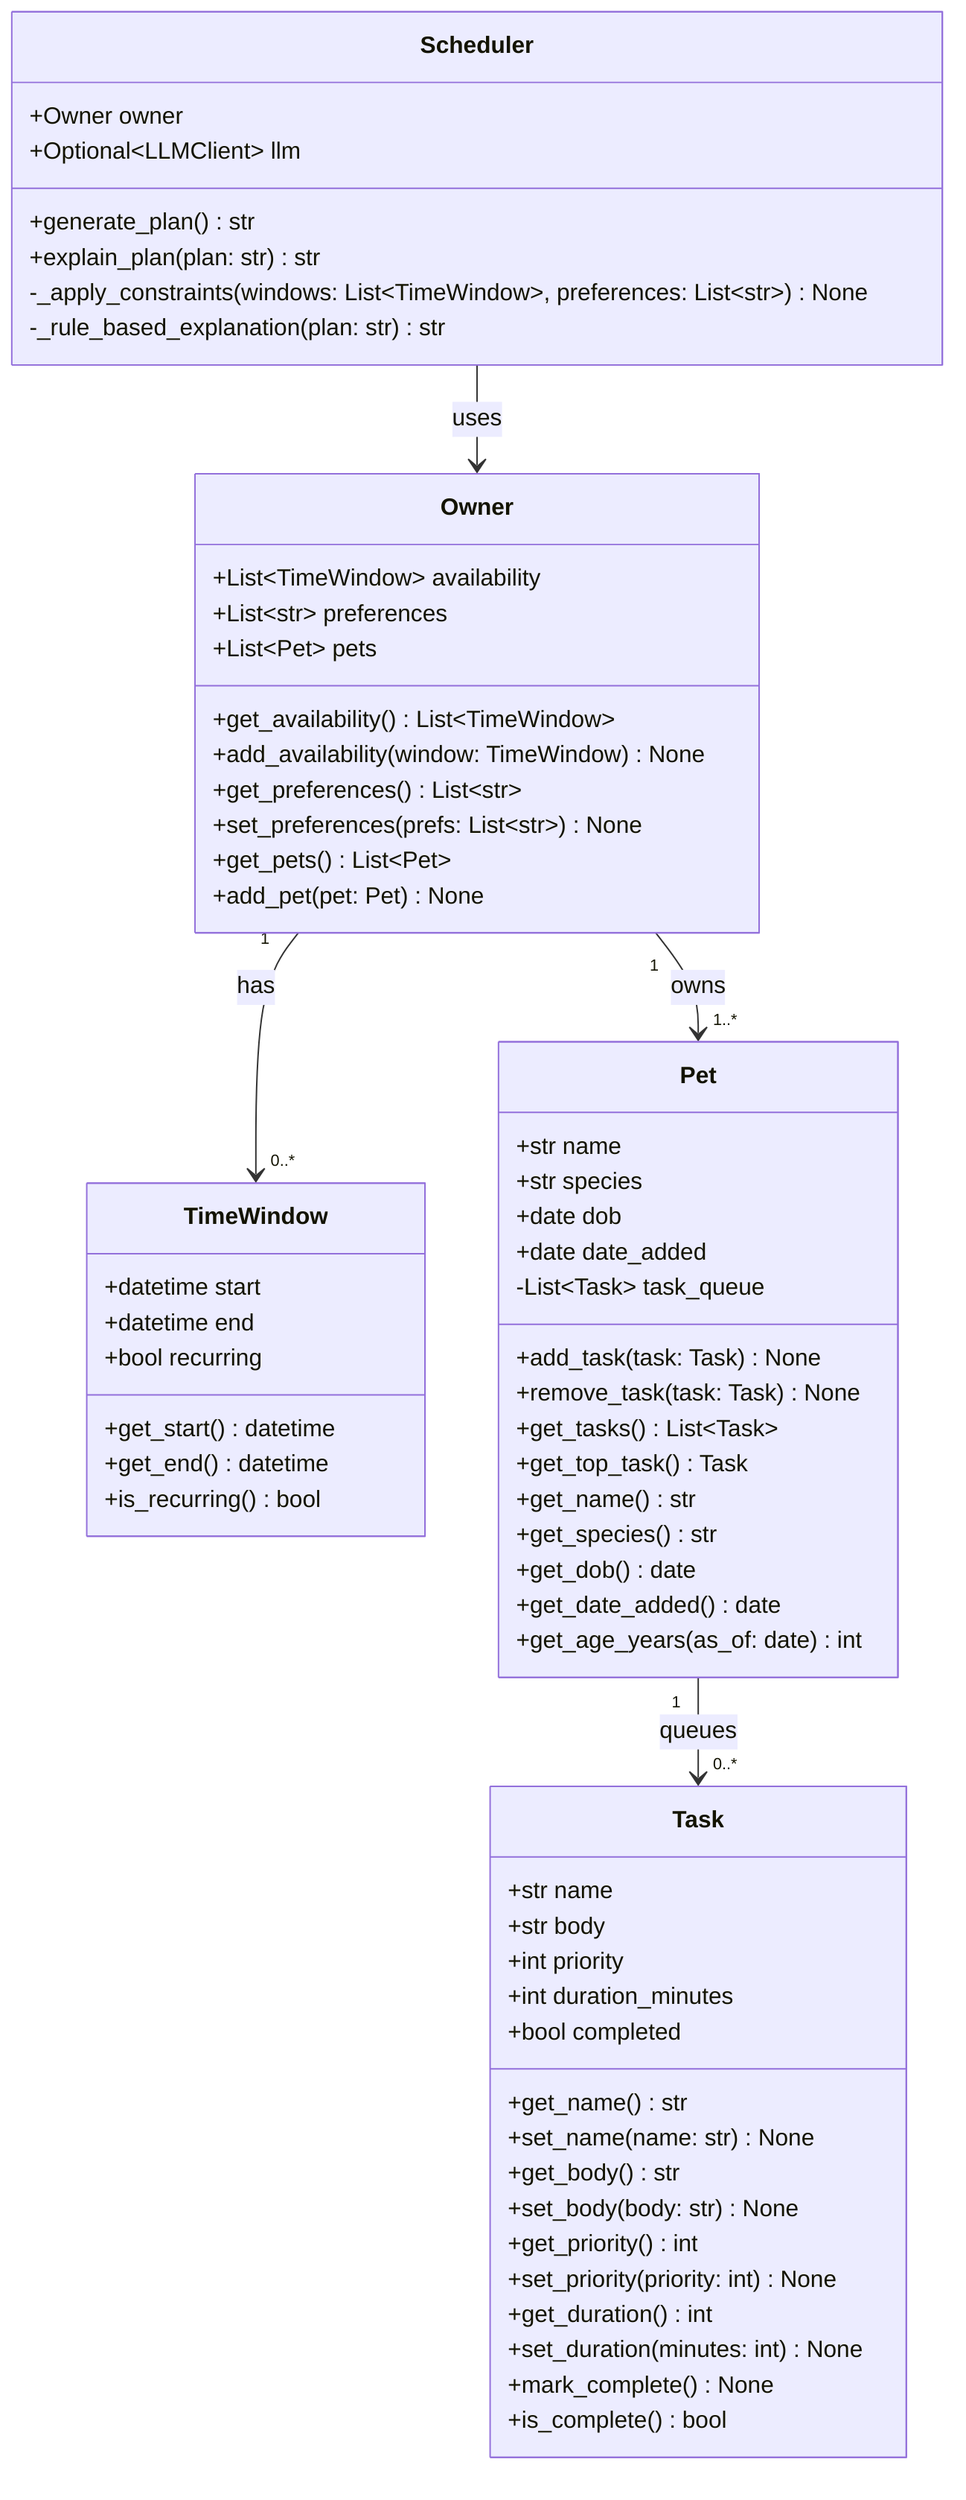
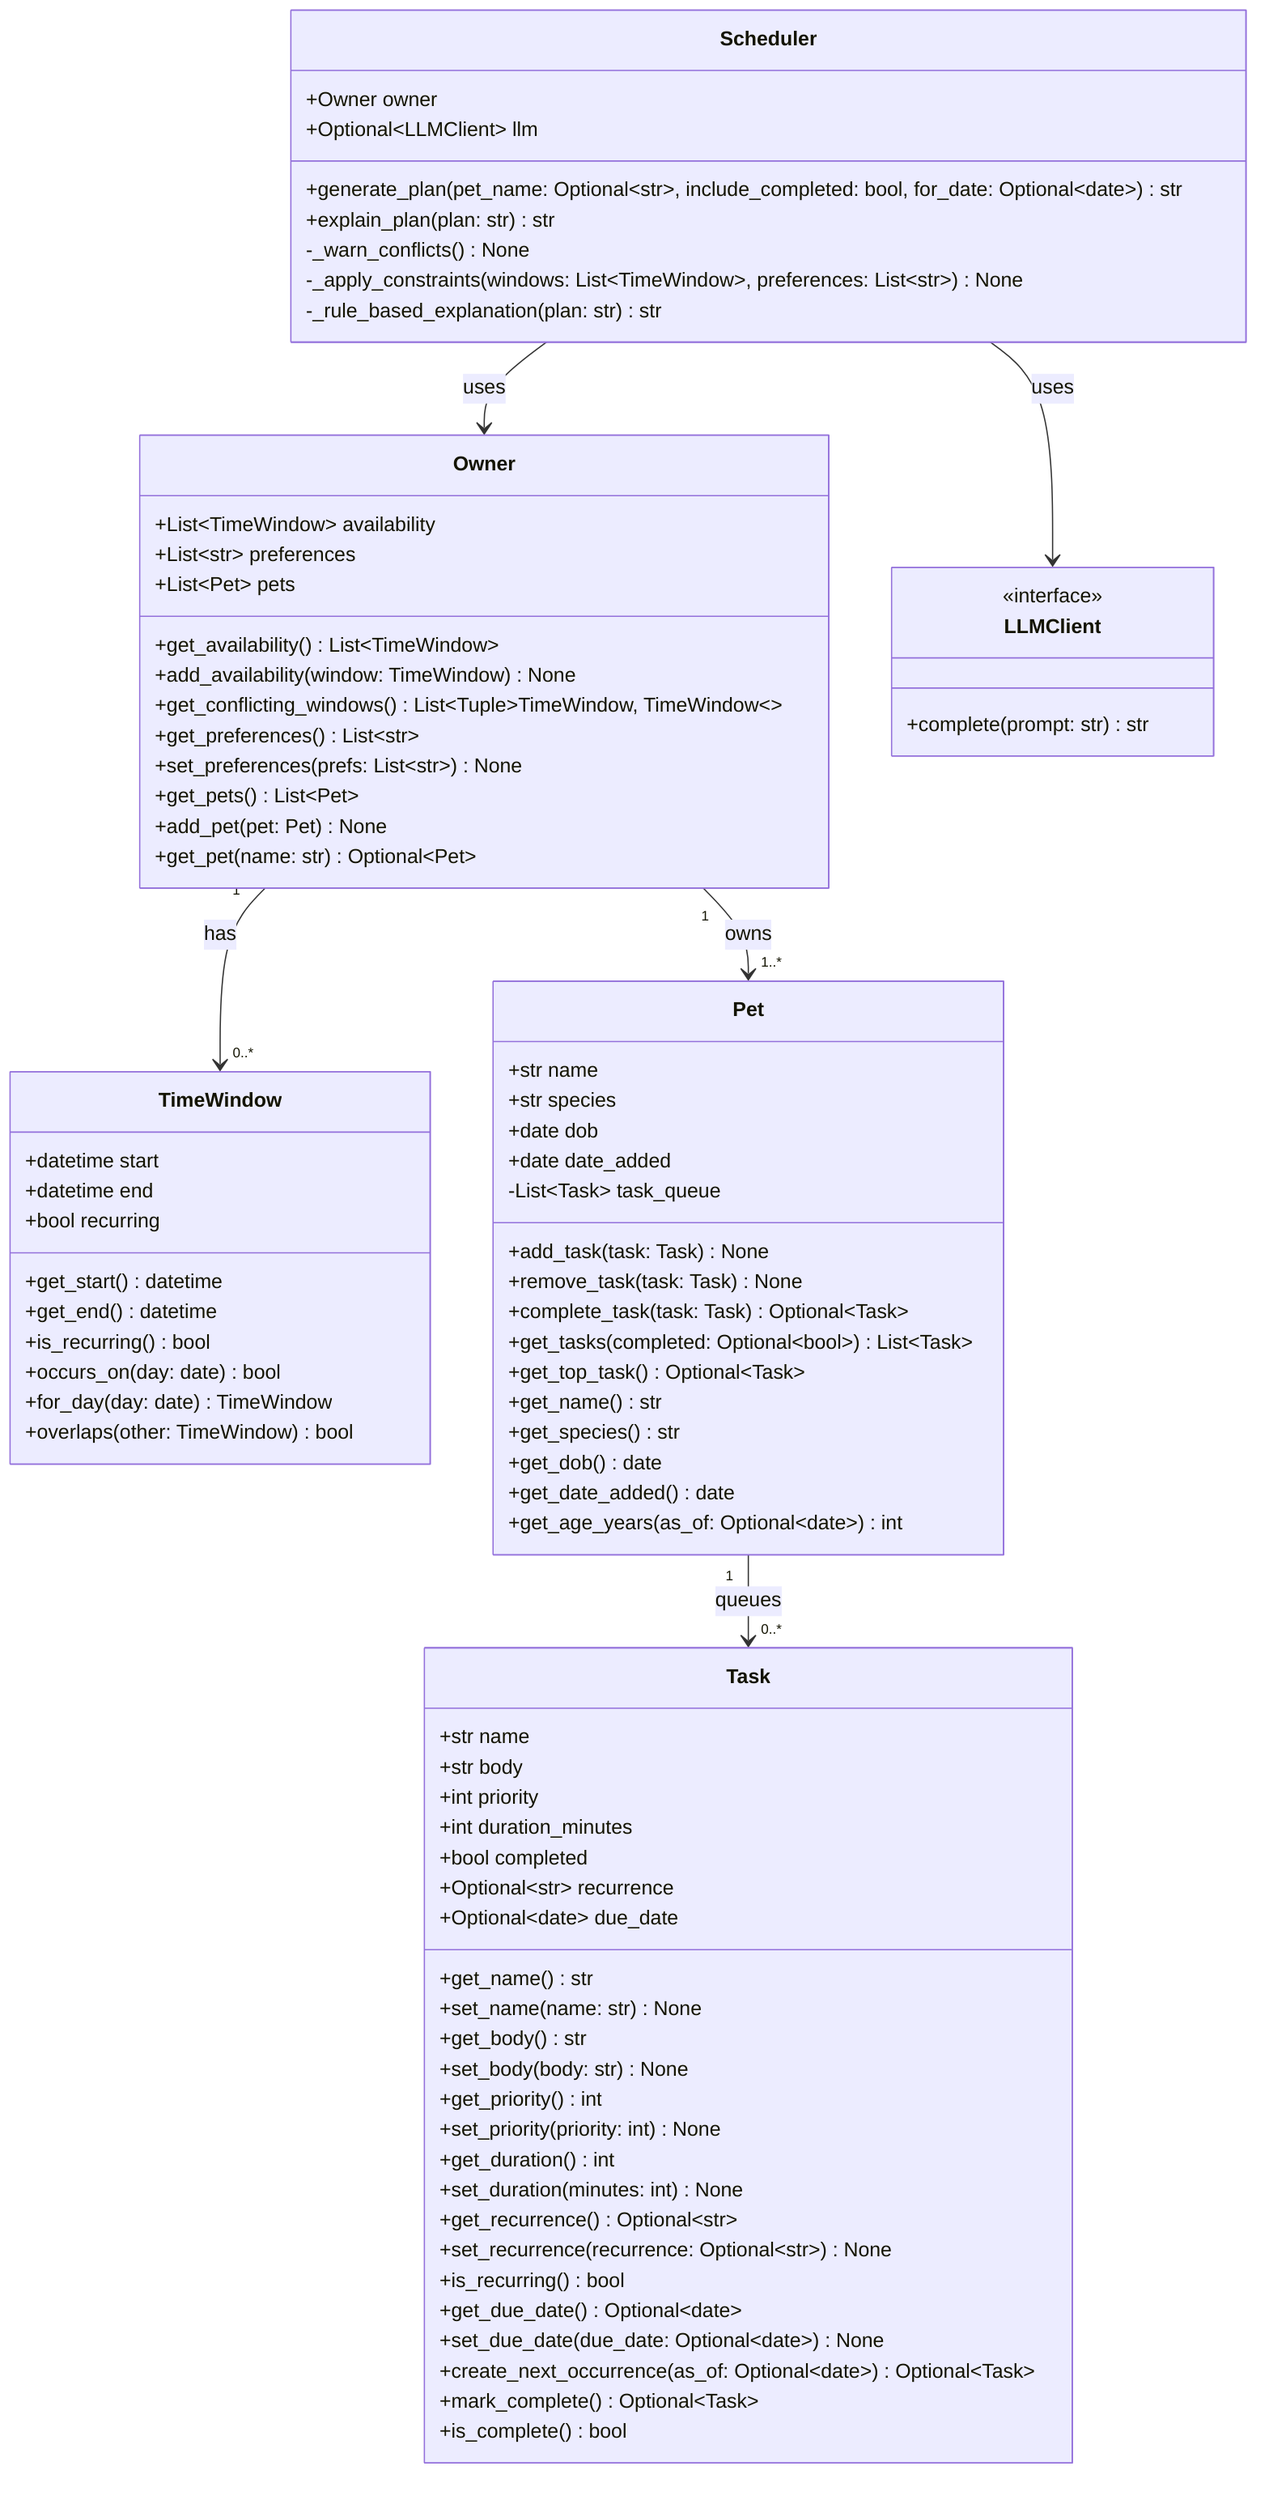
classDiagram
    class Owner {
        +List~TimeWindow~ availability
        +List~str~ preferences
        +List~Pet~ pets
        +get_availability() List~TimeWindow~
        +add_availability(window: TimeWindow) None
+         +get_conflicting_windows() List~Tuple~TimeWindow, TimeWindow~~
        +get_preferences() List~str~
        +set_preferences(prefs: List~str~) None
        +get_pets() List~Pet~
        +add_pet(pet: Pet) None
+         +get_pet(name: str) Optional~Pet~
    }

    class TimeWindow {
        +datetime start
        +datetime end
        +bool recurring
        +get_start() datetime
        +get_end() datetime
        +is_recurring() bool
+         +occurs_on(day: date) bool
+         +for_day(day: date) TimeWindow
+         +overlaps(other: TimeWindow) bool
    }

    class Pet {
        +str name
        +str species
        +date dob
        +date date_added
        -List~Task~ task_queue
        +add_task(task: Task) None
        +remove_task(task: Task) None
-         +get_tasks() List~Task~
-         +get_top_task() Task
+         +complete_task(task: Task) Optional~Task~
+         +get_tasks(completed: Optional~bool~) List~Task~
+         +get_top_task() Optional~Task~
        +get_name() str
        +get_species() str
        +get_dob() date
        +get_date_added() date
-         +get_age_years(as_of: date) int
+         +get_age_years(as_of: Optional~date~) int
    }

    class Task {
        +str name
        +str body
        +int priority
        +int duration_minutes
        +bool completed
+         +Optional~str~ recurrence
+         +Optional~date~ due_date
        +get_name() str
        +set_name(name: str) None
        +get_body() str
        +set_body(body: str) None
        +get_priority() int
        +set_priority(priority: int) None
        +get_duration() int
        +set_duration(minutes: int) None
-         +mark_complete() None
+         +get_recurrence() Optional~str~
+         +set_recurrence(recurrence: Optional~str~) None
+         +is_recurring() bool
+         +get_due_date() Optional~date~
+         +set_due_date(due_date: Optional~date~) None
+         +create_next_occurrence(as_of: Optional~date~) Optional~Task~
+         +mark_complete() Optional~Task~
        +is_complete() bool
    }

    class Scheduler {
        +Owner owner
        +Optional~LLMClient~ llm
-         +generate_plan() str
+         +generate_plan(pet_name: Optional~str~, include_completed: bool, for_date: Optional~date~) str
        +explain_plan(plan: str) str
+         -_warn_conflicts() None
        -_apply_constraints(windows: List~TimeWindow~, preferences: List~str~) None
        -_rule_based_explanation(plan: str) str
+     }
+ 
+     class LLMClient {
+         <<interface>>
+         +complete(prompt: str) str
    }

    Owner "1" --> "0..*" TimeWindow : has
    Owner "1" --> "1..*" Pet : owns
    Pet "1" --> "0..*" Task : queues
    Scheduler --> Owner : uses
+     Scheduler --> LLMClient : uses
